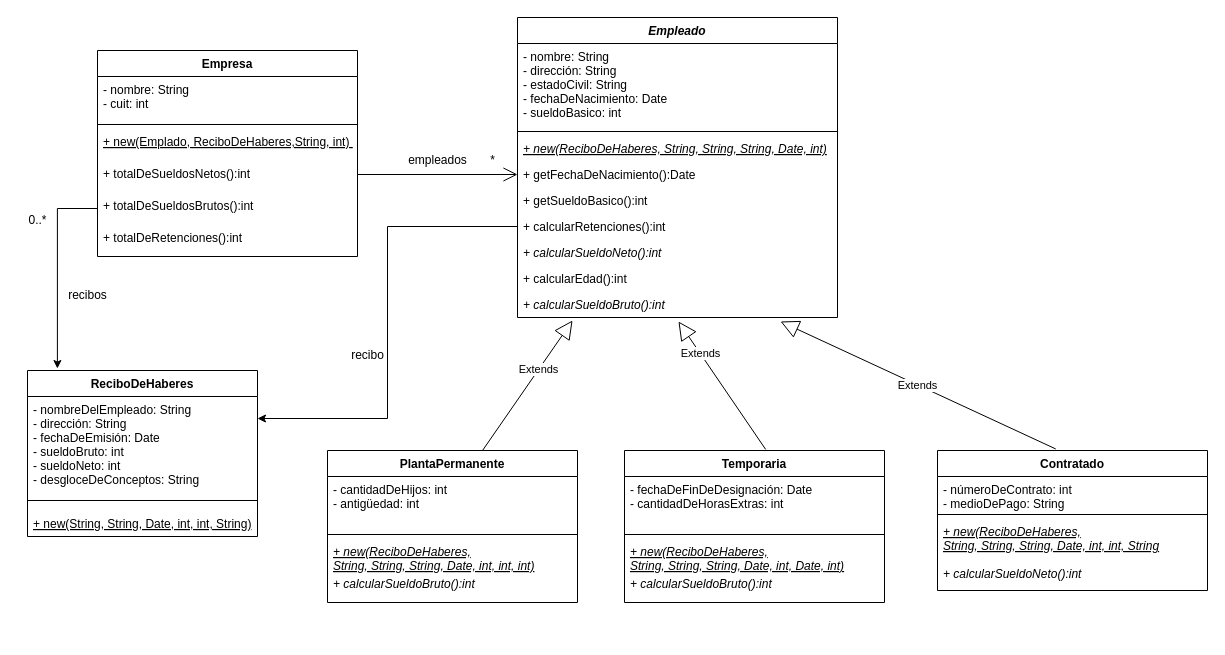
This is Ejercicio 1 - TP 02 - Obj2-UNQ.drawio from nhubczyk/Obj2-TP-02-UNQ, a draw.io file, before an edit. Source tidied: cells renumbered, new cells numbered last; positions are measured from the earlier drawing's top-left corner, leaving out a move shared by most shapes. Both pictures are drawn from the tidied source at 100%, with x=0, y=0 at pixel (17, 17).
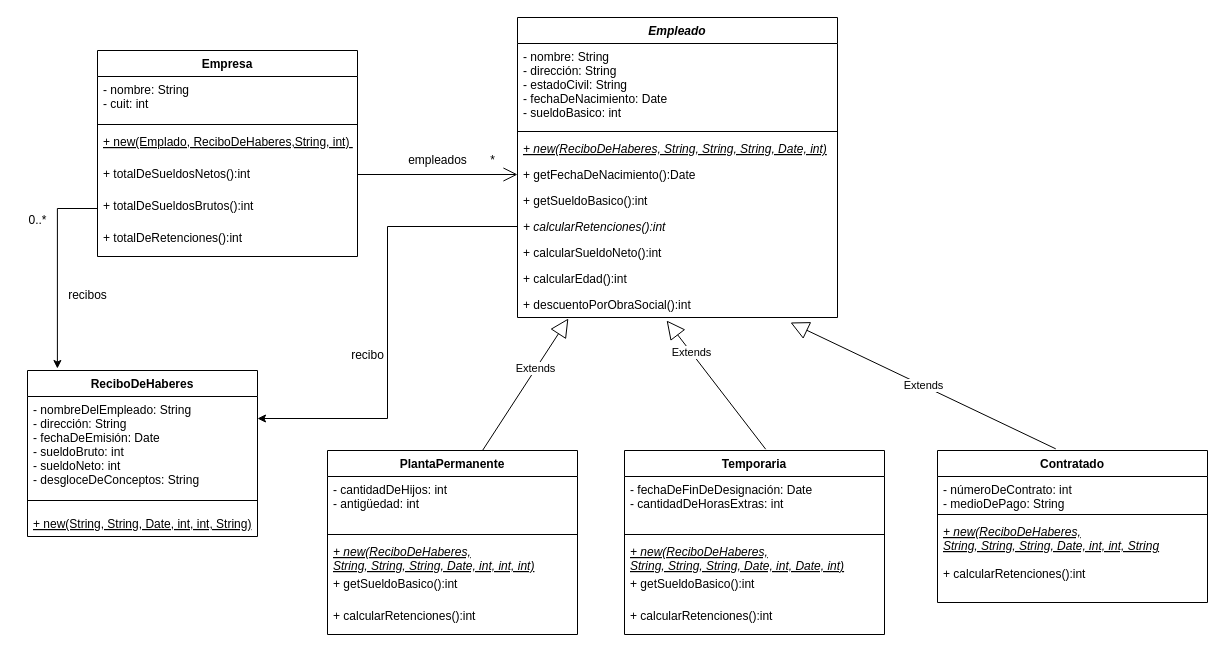
Above is the later version.

Unchanged cells that the change refers to:
```xml
<mxCell id="23" value="Empleado" style="swimlane;fontStyle=3;align=center;verticalAlign=top;horizontal=1;startSize=26;" parent="1" vertex="1">
  <mxGeometry x="500" width="320" height="300" as="geometry" />
</mxCell>
```

What changed in the source:
```diff
@@
     <mxCell id="11" value="PlantaPermanente" style="swimlane;fontStyle=1;align=center;verticalAlign=top;horizontal=1;startSize=26;" parent="1" vertex="1">
-      <mxGeometry x="310" y="433" width="250" height="152" as="geometry" />
+      <mxGeometry x="310" y="433" width="250" height="184" as="geometry" />
     </mxCell>
@@
-    <mxCell id="15" value="+ calcularSueldoBruto():int&#10;" style="text;strokeColor=none;fillColor=none;align=left;verticalAlign=top;spacingLeft=4;spacingRight=4;overflow=hidden;fontStyle=2;" parent="11" vertex="1">
-      <mxGeometry y="120" width="250" height="32" as="geometry" />
-    </mxCell>
+    <mxCell id="49" value="+ getSueldoBasico():int" style="text;strokeColor=none;fillColor=none;align=left;verticalAlign=top;spacingLeft=4;spacingRight=4;overflow=hidden;fontStyle=0;" parent="11" vertex="1">
+      <mxGeometry y="120" width="250" height="32" as="geometry" />
+    </mxCell>
+    <mxCell id="50" value="+ calcularRetenciones():int" style="text;strokeColor=none;fillColor=none;align=left;verticalAlign=top;spacingLeft=4;spacingRight=4;overflow=hidden;fontStyle=0;" parent="11" vertex="1">
+      <mxGeometry y="152" width="250" height="32" as="geometry" />
+    </mxCell>
     <mxCell id="16" value="Temporaria" style="swimlane;fontStyle=1;align=center;verticalAlign=top;horizontal=1;startSize=26;" parent="1" vertex="1">
-      <mxGeometry x="607" y="433" width="260" height="152" as="geometry" />
+      <mxGeometry x="607" y="433" width="260" height="184" as="geometry" />
     </mxCell>
@@
-    <mxCell id="20" value="+ calcularSueldoBruto():int" style="text;strokeColor=none;fillColor=none;align=left;verticalAlign=top;spacingLeft=4;spacingRight=4;overflow=hidden;fontStyle=2;" parent="16" vertex="1">
-      <mxGeometry y="120" width="260" height="32" as="geometry" />
-    </mxCell>
+    <mxCell id="51" value="+ getSueldoBasico():int" style="text;strokeColor=none;fillColor=none;align=left;verticalAlign=top;spacingLeft=4;spacingRight=4;overflow=hidden;fontStyle=0;" parent="16" vertex="1">
+      <mxGeometry y="120" width="260" height="32" as="geometry" />
+    </mxCell>
+    <mxCell id="52" value="+ calcularRetenciones():int" style="text;strokeColor=none;fillColor=none;align=left;verticalAlign=top;spacingLeft=4;spacingRight=4;overflow=hidden;fontStyle=0;" parent="16" vertex="1">
+      <mxGeometry y="152" width="260" height="32" as="geometry" />
+    </mxCell>
-    <mxCell id="21" value="Extends" style="endArrow=block;endSize=16;endFill=0;html=1;rounded=0;exitX=0.62;exitY=0;exitDx=0;exitDy=0;exitPerimeter=0;entryX=0.172;entryY=1.115;entryDx=0;entryDy=0;entryPerimeter=0;" parent="1" edge="1" source="11" target="32">
+    <mxCell id="21" value="Extends" style="endArrow=block;endSize=16;endFill=0;html=1;rounded=0;exitX=0.62;exitY=0;exitDx=0;exitDy=0;exitPerimeter=0;entryX=0.159;entryY=1.038;entryDx=0;entryDy=0;entryPerimeter=0;" parent="1" edge="1" source="11" target="53">
       <mxGeometry x="0.25" relative="1" as="geometry" />
     </mxCell>
-    <mxCell id="22" value="Extends" style="endArrow=block;endSize=16;endFill=0;html=1;rounded=0;exitX=0.543;exitY=-0.007;exitDx=0;exitDy=0;exitPerimeter=0;entryX=0.503;entryY=1.154;entryDx=0;entryDy=0;entryPerimeter=0;" parent="1" edge="1" source="16" target="32">
+    <mxCell id="22" value="Extends" style="endArrow=block;endSize=16;endFill=0;html=1;rounded=0;exitX=0.543;exitY=-0.007;exitDx=0;exitDy=0;exitPerimeter=0;entryX=0.466;entryY=1.115;entryDx=0;entryDy=0;entryPerimeter=0;" parent="1" edge="1" source="16" target="53">
       <mxGeometry x="0.5" relative="1" as="geometry" />
     </mxCell>
@@
-    <mxCell id="29" value="+ calcularRetenciones():int" style="text;strokeColor=none;fillColor=none;align=left;verticalAlign=top;spacingLeft=4;spacingRight=4;overflow=hidden;points=[[0,0.5],[1,0.5]];portConstraint=eastwest;fontStyle=0;" parent="23" vertex="1">
+    <mxCell id="29" value="+ calcularRetenciones():int" style="text;strokeColor=none;fillColor=none;align=left;verticalAlign=top;spacingLeft=4;spacingRight=4;overflow=hidden;points=[[0,0.5],[1,0.5]];portConstraint=eastwest;fontStyle=2;" parent="23" vertex="1">
       <mxGeometry y="196" width="320" height="26" as="geometry" />
     </mxCell>
-    <mxCell id="30" value="+ calcularSueldoNeto():int&#10;" style="text;strokeColor=none;fillColor=none;align=left;verticalAlign=top;spacingLeft=4;spacingRight=4;overflow=hidden;fontStyle=2;" parent="23" vertex="1">
+    <mxCell id="30" value="+ calcularSueldoNeto():int&#10;" style="text;strokeColor=none;fillColor=none;align=left;verticalAlign=top;spacingLeft=4;spacingRight=4;overflow=hidden;fontStyle=0;" parent="23" vertex="1">
       <mxGeometry y="222" width="320" height="26" as="geometry" />
     </mxCell>
@@
-    <mxCell id="32" value="+ calcularSueldoBruto():int" style="text;strokeColor=none;fillColor=none;align=left;verticalAlign=top;spacingLeft=4;spacingRight=4;overflow=hidden;points=[[0,0.5],[1,0.5]];portConstraint=eastwest;fontStyle=2;" parent="23" vertex="1">
-      <mxGeometry y="274" width="320" height="26" as="geometry" />
-    </mxCell>
+    <mxCell id="53" value="+ descuentoPorObraSocial():int" style="text;strokeColor=none;fillColor=none;align=left;verticalAlign=top;spacingLeft=4;spacingRight=4;overflow=hidden;points=[[0,0.5],[1,0.5]];portConstraint=eastwest;fontStyle=0;" parent="23" vertex="1">
+      <mxGeometry y="274" width="320" height="26" as="geometry" />
+    </mxCell>
@@
     <mxCell id="43" value="Contratado" style="swimlane;fontStyle=1;align=center;verticalAlign=top;horizontal=1;startSize=26;" parent="1" vertex="1">
-      <mxGeometry x="920" y="433" width="270" height="140" as="geometry" />
+      <mxGeometry x="920" y="433" width="270" height="152" as="geometry" />
     </mxCell>
@@
-    <mxCell id="47" value="+ calcularSueldoNeto():int&#10;" style="text;strokeColor=none;fillColor=none;align=left;verticalAlign=top;spacingLeft=4;spacingRight=4;overflow=hidden;fontStyle=2;" parent="43" vertex="1">
-      <mxGeometry y="110" width="270" height="30" as="geometry" />
-    </mxCell>
+    <mxCell id="54" value="+ calcularRetenciones():int" style="text;strokeColor=none;fillColor=none;align=left;verticalAlign=top;spacingLeft=4;spacingRight=4;overflow=hidden;fontStyle=0;" parent="43" vertex="1">
+      <mxGeometry y="110" width="270" height="42" as="geometry" />
+    </mxCell>
-    <mxCell id="48" value="Extends" style="endArrow=block;endSize=16;endFill=0;html=1;rounded=0;exitX=0.438;exitY=-0.011;exitDx=0;exitDy=0;exitPerimeter=0;entryX=0.822;entryY=1.154;entryDx=0;entryDy=0;entryPerimeter=0;" parent="1" edge="1" source="43" target="32">
+    <mxCell id="48" value="Extends" style="endArrow=block;endSize=16;endFill=0;html=1;rounded=0;exitX=0.438;exitY=-0.011;exitDx=0;exitDy=0;exitPerimeter=0;entryX=0.853;entryY=1.192;entryDx=0;entryDy=0;entryPerimeter=0;" parent="1" edge="1" source="43" target="53">
       <mxGeometry relative="1" as="geometry" />
     </mxCell>
```
